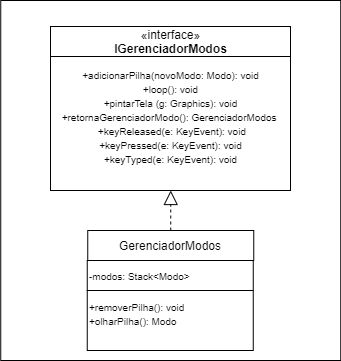
Before: ProjetoFinal/assets/InterfaceGerenciadorModo.png, a diagram exported from draw.io (gabrielmelo00/OOP_Final_Projects). Source tidied: cells renumbered, new cells last; positions are measured from the earlier drawing's top-left corner, leaving out a move shared by most shapes.
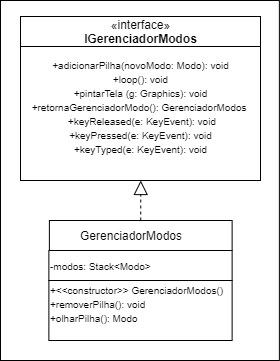
The same file after the commit.

The edit, as a diff of the source:
```diff
@@ -3,26 +3,26 @@
     <mxCell id="0" />
     <mxCell id="1" parent="0" />
     <mxCell id="2" style="rounded=0;whiteSpace=wrap;html=1;" parent="1" vertex="1">
-      <mxGeometry x="0.2" width="340" height="360" as="geometry" />
+      <mxGeometry x="30" y="10" width="278.9" height="360" as="geometry" />
     </mxCell>
-    <mxCell id="3" style="endArrow=block;dashed=1;endFill=0;endSize=12;html=1;entryX=0.5;entryY=1;entryDx=0;entryDy=0;" parent="1" edge="1">
-      <mxGeometry relative="1" as="geometry">
-        <mxPoint x="170.2" y="230" as="sourcePoint" />
-        <mxPoint x="170.2" y="190" as="targetPoint" />
-      </mxGeometry>
-    </mxCell>
-    <mxCell id="4" style="rounded=0;whiteSpace=wrap;html=1;fillColor=#ffffff;" parent="1" vertex="1">
-      <mxGeometry x="87.2" y="230" width="166" height="30" as="geometry" />
-    </mxCell>
+    <mxCell id="10" style="endArrow=block;dashed=1;endFill=0;endSize=12;html=1;entryX=0.5;entryY=1;entryDx=0;entryDy=0;" parent="1" edge="1">
+      <mxGeometry relative="1" as="geometry">
+        <mxPoint x="170.2" y="230" as="sourcePoint" />
+        <mxPoint x="170.2" y="190" as="targetPoint" />
+      </mxGeometry>
+    </mxCell>
+    <mxCell id="11" style="rounded=0;whiteSpace=wrap;html=1;fillColor=#ffffff;" parent="1" vertex="1">
+      <mxGeometry x="78.9" y="230" width="182.8" height="30" as="geometry" />
+    </mxCell>
     <mxCell id="5" value="GerenciadorModos" style="text;html=1;strokeColor=none;fillColor=none;align=center;verticalAlign=middle;whiteSpace=wrap;rounded=0;" parent="1" vertex="1">
-      <mxGeometry x="149.8" y="235" width="40" height="20" as="geometry" />
+      <mxGeometry x="141.4" y="235" width="40" height="20" as="geometry" />
     </mxCell>
     <mxCell id="6" value="&lt;font size=&quot;1&quot;&gt;-modos: Stack&amp;lt;Modo&amp;gt;&lt;/font&gt;" style="rounded=0;whiteSpace=wrap;html=1;fillColor=#ffffff;align=left;" parent="1" vertex="1">
-      <mxGeometry x="86.8" y="260" width="166" height="30" as="geometry" />
+      <mxGeometry x="78.4" y="260" width="183.2" height="30" as="geometry" />
     </mxCell>
-    <mxCell id="7" value="&lt;font size=&quot;1&quot;&gt;+removerPilha(): void&lt;br&gt;+olharPilha(): Modo&lt;br&gt;&lt;br&gt;&lt;/font&gt;" style="rounded=0;whiteSpace=wrap;html=1;fillColor=#ffffff;align=left;" parent="1" vertex="1">
-      <mxGeometry x="86.8" y="290" width="166" height="60" as="geometry" />
-    </mxCell>
+    <mxCell id="12" value="&lt;span style=&quot;font-size: 10px&quot;&gt;+&amp;lt;&amp;lt;constructor&amp;gt;&amp;gt; GerenciadorModos()&lt;/span&gt;&lt;font size=&quot;1&quot;&gt;&lt;br&gt;+removerPilha(): void&lt;br&gt;+olharPilha(): Modo&lt;br&gt;&lt;br&gt;&lt;/font&gt;" style="rounded=0;whiteSpace=wrap;html=1;fillColor=#ffffff;align=left;" parent="1" vertex="1">
+      <mxGeometry x="78.4" y="290" width="183.2" height="60" as="geometry" />
+    </mxCell>
     <mxCell id="8" value="«interface»&lt;br&gt;&lt;b&gt;IGerenciadorModos&lt;/b&gt;" style="html=1;fillColor=#ffffff;" parent="1" vertex="1">
       <mxGeometry x="50" y="26" width="240" height="30" as="geometry" />
     </mxCell>
```
